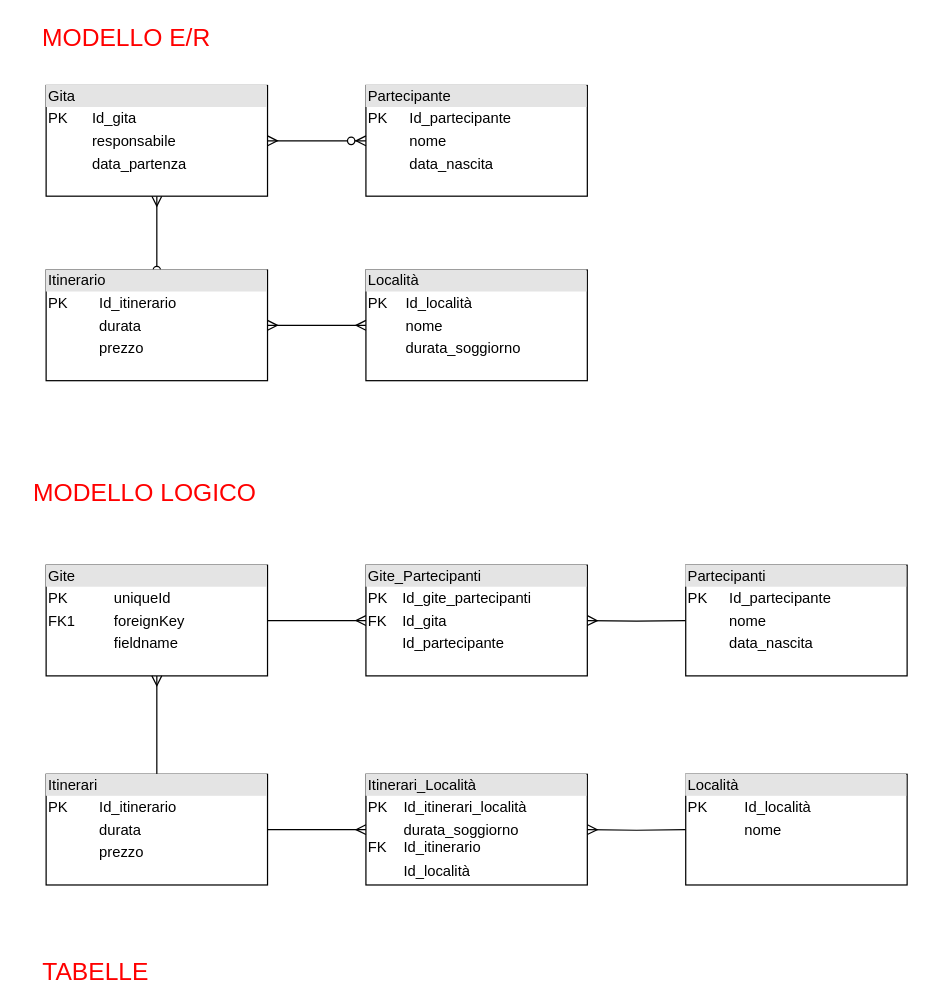
ChiaraGismondi02/informatica-modelloE-R keeps this draw.io diagram as AgenziaViaggi.drawio. Above is the earlier version. Source tidied: cells renumbered, new cells numbered last; positions are measured from the earlier drawing's top-left corner, leaving out a move shared by most shapes. Both pictures are drawn from the tidied source at 123%, with x=0, y=0 at pixel (21, 23).
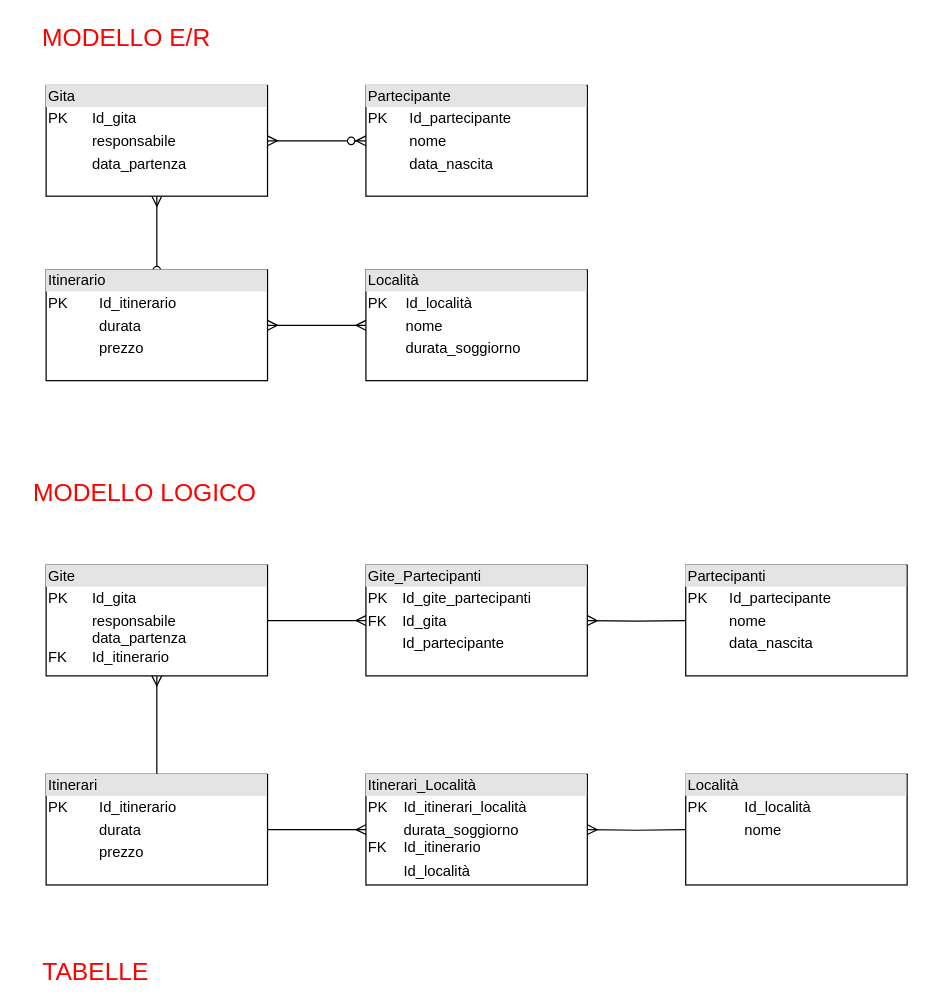
The same diagram, later.

The edit, as a diff of the source:
```diff
@@
-    <mxCell id="15" value="&lt;div style=&quot;box-sizing: border-box ; width: 100% ; background: #e4e4e4 ; padding: 2px&quot;&gt;Gite&lt;/div&gt;&lt;table style=&quot;width: 100% ; font-size: 1em&quot; cellpadding=&quot;2&quot; cellspacing=&quot;0&quot;&gt;&lt;tbody&gt;&lt;tr&gt;&lt;td&gt;PK&lt;/td&gt;&lt;td&gt;uniqueId&lt;/td&gt;&lt;/tr&gt;&lt;tr&gt;&lt;td&gt;FK1&lt;/td&gt;&lt;td&gt;foreignKey&lt;/td&gt;&lt;/tr&gt;&lt;tr&gt;&lt;td&gt;&lt;/td&gt;&lt;td&gt;fieldname&lt;/td&gt;&lt;/tr&gt;&lt;/tbody&gt;&lt;/table&gt;" style="verticalAlign=top;align=left;overflow=fill;html=1;" parent="1" vertex="1">
+    <mxCell id="15" value="&lt;div style=&quot;box-sizing: border-box ; width: 100% ; background: #e4e4e4 ; padding: 2px&quot;&gt;Gite&lt;/div&gt;&lt;table style=&quot;width: 100% ; font-size: 1em&quot; cellpadding=&quot;2&quot; cellspacing=&quot;0&quot;&gt;&lt;tbody&gt;&lt;tr&gt;&lt;td&gt;PK&lt;/td&gt;&lt;td&gt;Id_gita&lt;/td&gt;&lt;/tr&gt;&lt;tr&gt;&lt;td&gt;&lt;br&gt;&lt;br&gt;FK&lt;/td&gt;&lt;td&gt;responsabile&lt;br&gt;data_partenza&lt;br&gt;Id_itinerario&lt;/td&gt;&lt;/tr&gt;&lt;tr&gt;&lt;td&gt;&lt;/td&gt;&lt;td&gt;&lt;br&gt;&lt;/td&gt;&lt;/tr&gt;&lt;/tbody&gt;&lt;/table&gt;" style="verticalAlign=top;align=left;overflow=fill;html=1;" parent="1" vertex="1">
       <mxGeometry x="20" y="440" width="180" height="90" as="geometry" />
     </mxCell>
```
